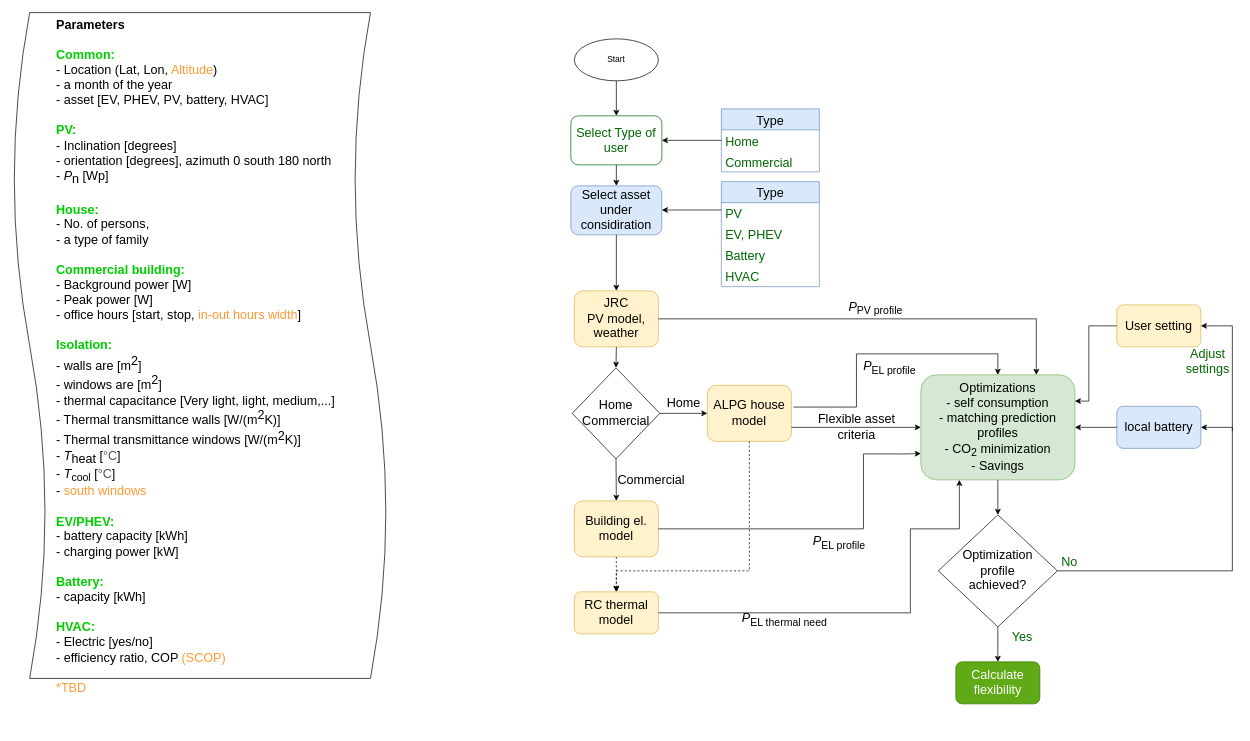
Earlier version of the draw.io diagram page "Program flow - final" (4 of 6) of catalogues.drawio (MATRYCS/S2.1_FlexibilityCalculator). Source tidied: cells renumbered, new cells numbered last; positions are measured from the earlier drawing's top-left corner, leaving out a move shared by most shapes. Both pictures are drawn from the tidied source at 70%, with x=0, y=0 at pixel (-133, 38).
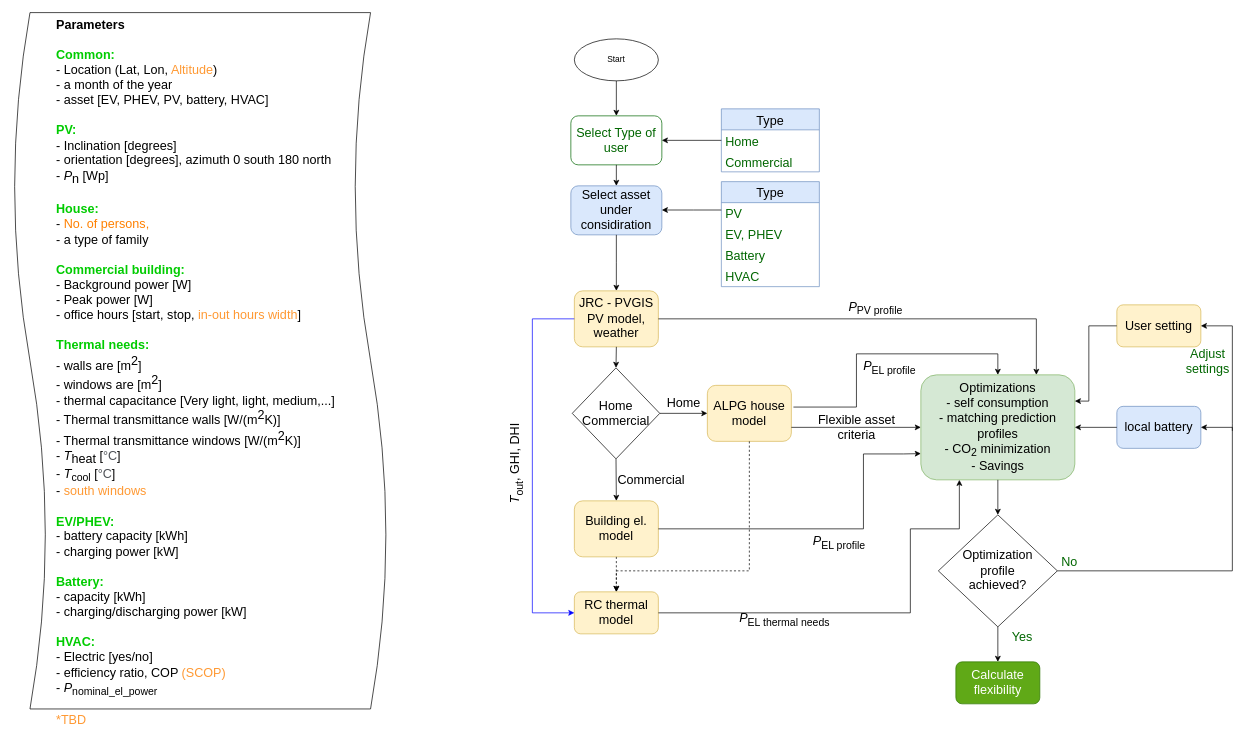
The same page after the edit.

Commit message (it also covers changes not shown here):
- two new functions for COP used for airconditioning and Heat pump based heating. - optimization, objective function shaped - readme

Unchanged cells that the change refers to:
```xml
<mxCell id="5" value="Optimizations&lt;br&gt;- self consumption&lt;br&gt;- matching prediction profiles&lt;br&gt;- CO&lt;sub&gt;2&lt;/sub&gt; minimization&lt;br&gt;- Savings" style="rounded=1;whiteSpace=wrap;html=1;fontSize=18;strokeColor=#82b366;fillColor=#d5e8d4;" parent="1" vertex="1">
  <mxGeometry x="1505" y="480" width="220" height="150" as="geometry" />
</mxCell>
<mxCell id="39" value="RC thermal model" style="rounded=1;whiteSpace=wrap;html=1;fontSize=18;strokeColor=#d6b656;fillColor=#fff2cc;" parent="1" vertex="1">
  <mxGeometry x="1010" y="790" width="120" height="60" as="geometry" />
</mxCell>
```

Diff of the diagram source:
```diff
@@
-    <mxCell id="23" value="&lt;font style=&quot;&quot;&gt;&lt;b style=&quot;font-size: 18px;&quot;&gt;Parameters&lt;/b&gt;&lt;br&gt;&lt;br&gt;&lt;font style=&quot;font-size: 18px; font-weight: bold;&quot; color=&quot;#00cc00&quot;&gt;Common:&lt;br&gt;&lt;/font&gt;- Location (Lat, Lon, &lt;font style=&quot;font-size: 18px;&quot; color=&quot;#ff9933&quot;&gt;Altitude&lt;/font&gt;)&lt;br&gt;- a month of the year&lt;br&gt;- asset [EV, PHEV, PV, battery, HVAC]&amp;nbsp;&lt;br&gt;&amp;nbsp;&lt;br&gt;&lt;font style=&quot;font-size: 18px; font-weight: bold;&quot; color=&quot;#00cc00&quot;&gt;PV:&lt;br&gt;&lt;/font&gt;- Inclination [degrees]&lt;br&gt;- orientation [degrees], azimuth 0 south 180 north&lt;br&gt;- &lt;i style=&quot;font-size: 18px;&quot;&gt;P&lt;/i&gt;&lt;sub style=&quot;font-size: 18px;&quot;&gt;n&lt;/sub&gt; [Wp]&amp;nbsp;&lt;br&gt;&lt;br&gt;&lt;font style=&quot;font-size: 18px; font-weight: bold;&quot; color=&quot;#00cc00&quot;&gt;House:&lt;br&gt;&lt;/font&gt;- No. of persons, &lt;br&gt;- a type of family&lt;br&gt;&lt;br&gt;&lt;font style=&quot;font-size: 18px; font-weight: bold;&quot; color=&quot;#00cc00&quot;&gt;Commercial building:&lt;br&gt;&lt;/font&gt;- Background power [W]&lt;br&gt;- Peak power [W]&lt;br&gt;- office hours [start, stop, &lt;font style=&quot;font-size: 18px;&quot; color=&quot;#ff9933&quot;&gt;in-out hours width&lt;/font&gt;]&amp;nbsp;&lt;br&gt;&lt;br&gt;&lt;font style=&quot;font-size: 18px; font-weight: bold;&quot; color=&quot;#00cc00&quot;&gt;Isolation:&lt;br&gt;&lt;/font&gt;- walls are [m&lt;sup style=&quot;font-size: 18px;&quot;&gt;2&lt;/sup&gt;]&lt;br&gt;- windows are [m&lt;sup style=&quot;font-size: 18px;&quot;&gt;2&lt;/sup&gt;]&lt;br&gt;- thermal capacitance [Very light, light, medium,...]&lt;br&gt;- Thermal transmittance walls [W/(m&lt;sup style=&quot;font-size: 18px;&quot;&gt;2&lt;/sup&gt;K)]&lt;br&gt;- Thermal transmittance windows [W/(m&lt;sup style=&quot;font-size: 18px;&quot;&gt;2&lt;/sup&gt;K)]&lt;br&gt;- &lt;i&gt;T&lt;/i&gt;&lt;sub style=&quot;font-size: 18px;&quot;&gt;heat&lt;/sub&gt;&amp;nbsp;[&lt;span style=&quot;color: rgb(77, 81, 86); font-family: arial, sans-serif;&quot;&gt;&lt;font style=&quot;font-size: 18px;&quot;&gt;°C&lt;/font&gt;&lt;/span&gt;]&lt;br&gt;- &lt;i&gt;T&lt;/i&gt;&lt;sub&gt;cool&lt;/sub&gt;&amp;nbsp;[&lt;span style=&quot;color: rgb(77, 81, 86); font-family: arial, sans-serif;&quot;&gt;°C&lt;/span&gt;]&lt;br&gt;- &lt;font style=&quot;font-size: 18px;&quot; color=&quot;#ff9933&quot;&gt;south windows&lt;br&gt;&lt;/font&gt;&lt;br&gt;&lt;font style=&quot;font-size: 18px; font-weight: bold;&quot; color=&quot;#00cc00&quot;&gt;EV/PHEV:&lt;br&gt;&lt;/font&gt;- battery capacity [kWh]&lt;br&gt;- charging power [kW]&lt;br&gt;&lt;br&gt;&lt;font style=&quot;font-size: 18px; font-weight: bold;&quot; color=&quot;#00cc00&quot;&gt;Battery:&lt;br&gt;&lt;/font&gt;- capacity [kWh]&lt;br&gt;&lt;br&gt;&lt;font style=&quot;font-size: 18px; font-weight: bold;&quot; color=&quot;#00cc00&quot;&gt;HVAC:&lt;br&gt;&lt;/font&gt;- Electric [yes/no]&lt;br&gt;- efficiency ratio, COP &lt;font style=&quot;font-size: 18px;&quot; color=&quot;#ff9933&quot;&gt;(SCOP)&lt;br&gt;&lt;/font&gt;&lt;br&gt;&lt;font color=&quot;#ff9933&quot;&gt;*TBD&lt;/font&gt;&lt;br&gt;&lt;/font&gt;" style="shape=tape;whiteSpace=wrap;html=1;rotation=90;size=0.09090909090909091;align=left;verticalAlign=top;horizontal=0;fontSize=18;spacingLeft=60;" parent="1" vertex="1">
-      <mxGeometry x="-0.3" y="170.3" width="951.2" height="535.6" as="geometry" />
+    <mxCell id="23" value="&lt;font style=&quot;&quot;&gt;&lt;b style=&quot;font-size: 18px;&quot;&gt;Parameters&lt;/b&gt;&lt;br&gt;&lt;br&gt;&lt;font style=&quot;font-size: 18px; font-weight: bold;&quot; color=&quot;#00cc00&quot;&gt;Common:&lt;br&gt;&lt;/font&gt;- Location (Lat, Lon, &lt;font style=&quot;font-size: 18px;&quot; color=&quot;#ff9933&quot;&gt;Altitude&lt;/font&gt;)&lt;br&gt;- a month of the year&lt;br&gt;- asset [EV, PHEV, PV, battery, HVAC]&amp;nbsp;&lt;br&gt;&amp;nbsp;&lt;br&gt;&lt;font style=&quot;font-size: 18px; font-weight: bold;&quot; color=&quot;#00cc00&quot;&gt;PV:&lt;br&gt;&lt;/font&gt;- Inclination [degrees]&lt;br&gt;- orientation [degrees], azimuth 0 south 180 north&lt;br&gt;- &lt;i style=&quot;font-size: 18px;&quot;&gt;P&lt;/i&gt;&lt;sub style=&quot;font-size: 18px;&quot;&gt;n&lt;/sub&gt; [Wp]&amp;nbsp;&lt;br&gt;&lt;br&gt;&lt;font style=&quot;font-size: 18px; font-weight: bold;&quot; color=&quot;#00cc00&quot;&gt;House:&lt;br&gt;&lt;/font&gt;- &lt;font color=&quot;#ff8000&quot;&gt;No. of persons, &lt;/font&gt;&lt;br&gt;- a type of family&lt;br&gt;&lt;br&gt;&lt;font style=&quot;font-size: 18px; font-weight: bold;&quot; color=&quot;#00cc00&quot;&gt;Commercial building:&lt;br&gt;&lt;/font&gt;- Background power [W]&lt;br&gt;- Peak power [W]&lt;br&gt;- office hours [start, stop, &lt;font style=&quot;font-size: 18px;&quot; color=&quot;#ff9933&quot;&gt;in-out hours width&lt;/font&gt;]&amp;nbsp;&lt;br&gt;&lt;br&gt;&lt;font style=&quot;font-size: 18px; font-weight: bold;&quot; color=&quot;#00cc00&quot;&gt;Thermal needs:&lt;br&gt;&lt;/font&gt;- walls are [m&lt;sup style=&quot;font-size: 18px;&quot;&gt;2&lt;/sup&gt;]&lt;br&gt;- windows are [m&lt;sup style=&quot;font-size: 18px;&quot;&gt;2&lt;/sup&gt;]&lt;br&gt;- thermal capacitance [Very light, light, medium,...]&lt;br&gt;- Thermal transmittance walls [W/(m&lt;sup style=&quot;font-size: 18px;&quot;&gt;2&lt;/sup&gt;K)]&lt;br&gt;- Thermal transmittance windows [W/(m&lt;sup style=&quot;font-size: 18px;&quot;&gt;2&lt;/sup&gt;K)]&lt;br&gt;- &lt;i&gt;T&lt;/i&gt;&lt;sub style=&quot;font-size: 18px;&quot;&gt;heat&lt;/sub&gt;&amp;nbsp;[&lt;span style=&quot;color: rgb(77, 81, 86); font-family: arial, sans-serif;&quot;&gt;&lt;font style=&quot;font-size: 18px;&quot;&gt;°C&lt;/font&gt;&lt;/span&gt;]&lt;br&gt;- &lt;i&gt;T&lt;/i&gt;&lt;sub&gt;cool&lt;/sub&gt;&amp;nbsp;[&lt;span style=&quot;color: rgb(77, 81, 86); font-family: arial, sans-serif;&quot;&gt;°C&lt;/span&gt;]&lt;br&gt;- &lt;font style=&quot;font-size: 18px;&quot; color=&quot;#ff9933&quot;&gt;south windows&lt;br&gt;&lt;/font&gt;&lt;br&gt;&lt;font style=&quot;font-size: 18px; font-weight: bold;&quot; color=&quot;#00cc00&quot;&gt;EV/PHEV:&lt;br&gt;&lt;/font&gt;- battery capacity [kWh]&lt;br&gt;- charging power [kW]&lt;br&gt;&lt;br&gt;&lt;font style=&quot;font-size: 18px; font-weight: bold;&quot; color=&quot;#00cc00&quot;&gt;Battery:&lt;br&gt;&lt;/font&gt;- capacity [kWh]&lt;br&gt;- charging/discharging power [kW]&lt;br&gt;&lt;br&gt;&lt;font style=&quot;font-size: 18px; font-weight: bold;&quot; color=&quot;#00cc00&quot;&gt;HVAC:&lt;br&gt;&lt;/font&gt;- Electric [yes/no]&lt;br&gt;- efficiency ratio, COP &lt;font style=&quot;font-size: 18px;&quot;&gt;&lt;font color=&quot;#ff9933&quot;&gt;(SCOP)&lt;/font&gt;&lt;br&gt;- &lt;/font&gt;&lt;font style=&quot;font-size: 18px;&quot;&gt;&lt;i&gt;P&lt;/i&gt;&lt;sub&gt;nominal_el_power&lt;/sub&gt;&lt;br&gt;&lt;/font&gt;&lt;br&gt;&lt;font color=&quot;#ff9933&quot;&gt;*TBD&lt;/font&gt;&lt;br&gt;&lt;/font&gt;" style="shape=tape;whiteSpace=wrap;html=1;rotation=90;size=0.09090909090909091;align=left;verticalAlign=top;horizontal=0;fontSize=18;spacingLeft=60;" parent="1" vertex="1">
+      <mxGeometry x="-21.8" y="192.3" width="994.8" height="535.2" as="geometry" />
     </mxCell>
@@
-    <mxCell id="31" value="JRC&lt;br&gt;PV model, weather" style="rounded=1;whiteSpace=wrap;html=1;fillColor=#fff2cc;strokeColor=#d6b656;fontSize=18;" parent="1" vertex="1">
+    <mxCell id="31" value="JRC - PVGIS&lt;br&gt;PV model, weather" style="rounded=1;whiteSpace=wrap;html=1;fillColor=#fff2cc;strokeColor=#d6b656;fontSize=18;" parent="1" vertex="1">
       <mxGeometry x="1010" y="360" width="120" height="80" as="geometry" />
     </mxCell>
@@
-    <mxCell id="47" value="&lt;i&gt;P&lt;/i&gt;&lt;sub&gt;EL thermal need&lt;/sub&gt;" style="endArrow=classic;html=1;rounded=0;labelBackgroundColor=none;fontSize=18;exitX=1;exitY=0.5;exitDx=0;exitDy=0;entryX=0.25;entryY=1;entryDx=0;entryDy=0;edgeStyle=orthogonalEdgeStyle;" parent="1" edge="1" source="39" target="5">
+    <mxCell id="47" value="&lt;i&gt;P&lt;/i&gt;&lt;sub&gt;EL thermal needs&lt;/sub&gt;" style="endArrow=classic;html=1;rounded=0;labelBackgroundColor=none;fontSize=18;exitX=1;exitY=0.5;exitDx=0;exitDy=0;entryX=0.25;entryY=1;entryDx=0;entryDy=0;edgeStyle=orthogonalEdgeStyle;" parent="1" edge="1" source="39" target="5">
       <mxGeometry x="-0.42" y="-10" relative="1" as="geometry">
         <Array as="points">
           <mxPoint x="1490" y="820" />
           <mxPoint x="1490" y="700" />
           <mxPoint x="1560" y="700" />
         </Array>
       </mxGeometry>
     </mxCell>
+    <mxCell id="48" value="&lt;i&gt;T&lt;/i&gt;&lt;sub&gt;out&lt;/sub&gt;, GHI, DHI" style="endArrow=classic;html=1;rounded=0;exitX=0;exitY=0.5;exitDx=0;exitDy=0;entryX=0;entryY=0.5;entryDx=0;entryDy=0;edgeStyle=orthogonalEdgeStyle;strokeColor=#0000FF;fontSize=18;verticalAlign=bottom;horizontal=0;" parent="1" edge="1" source="31" target="39">
+      <mxGeometry y="-10" relative="1" as="geometry">
+        <Array as="points">
+          <mxPoint x="950" y="400" />
+          <mxPoint x="950" y="820" />
+        </Array>
+      </mxGeometry>
+    </mxCell>
```
